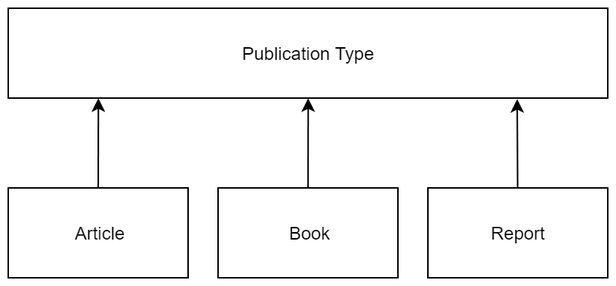
The draw.io diagram docs/images/types.png in code-openness/Data, before a commit. Source tidied: cells renumbered, new cells last; positions are measured from the earlier drawing's top-left corner, leaving out a move shared by most shapes.
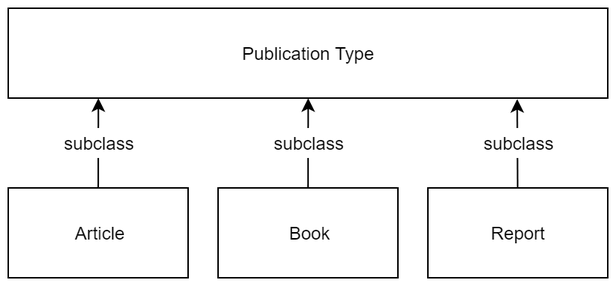
After the commit.

The edit, as a diff of the source:
```diff
@@ -23,5 +23,14 @@
     <mxCell id="8" value="Report" style="rounded=0;whiteSpace=wrap;html=1;fillColor=#ffffff;fontSize=12;" parent="1" vertex="1">
       <mxGeometry x="280" y="120" width="120" height="60" as="geometry" />
     </mxCell>
+    <mxCell id="9" value="subclass" style="text;html=1;strokeColor=none;fillColor=#ffffff;align=center;verticalAlign=middle;whiteSpace=wrap;rounded=0;" parent="1" vertex="1">
+      <mxGeometry x="40" y="80" width="40" height="20" as="geometry" />
+    </mxCell>
+    <mxCell id="10" value="subclass" style="text;html=1;strokeColor=none;fillColor=#ffffff;align=center;verticalAlign=middle;whiteSpace=wrap;rounded=0;" parent="1" vertex="1">
+      <mxGeometry x="180" y="80" width="40" height="20" as="geometry" />
+    </mxCell>
+    <mxCell id="11" value="subclass" style="text;html=1;strokeColor=none;fillColor=#ffffff;align=center;verticalAlign=middle;whiteSpace=wrap;rounded=0;" parent="1" vertex="1">
+      <mxGeometry x="320" y="80" width="40" height="20" as="geometry" />
+    </mxCell>
   </root>
 </mxGraphModel>
```
